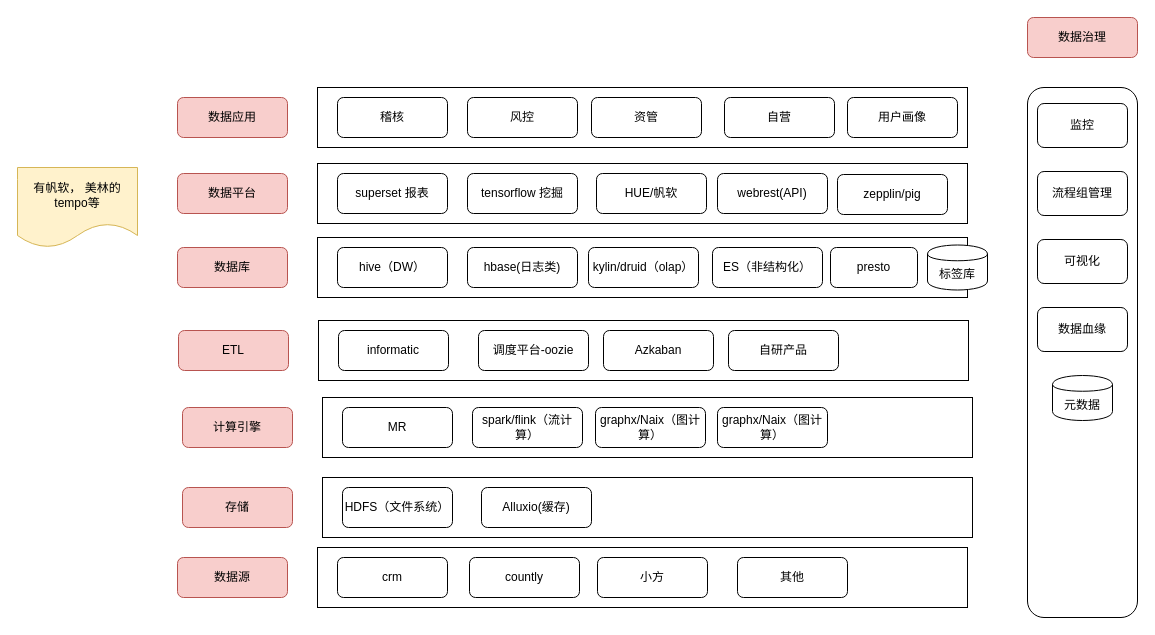
yjplxq/yjplxq keeps this draw.io diagram as page "Page-3" (3 of 3) of Untitled Diagram.drawio. Above is the earlier version. Source tidied: cells renumbered, new cells numbered last; positions are measured from the earlier drawing's top-left corner, leaving out a move shared by most shapes. Both pictures are drawn from the tidied source at 100%, with x=0, y=0 at pixel (17, 17).
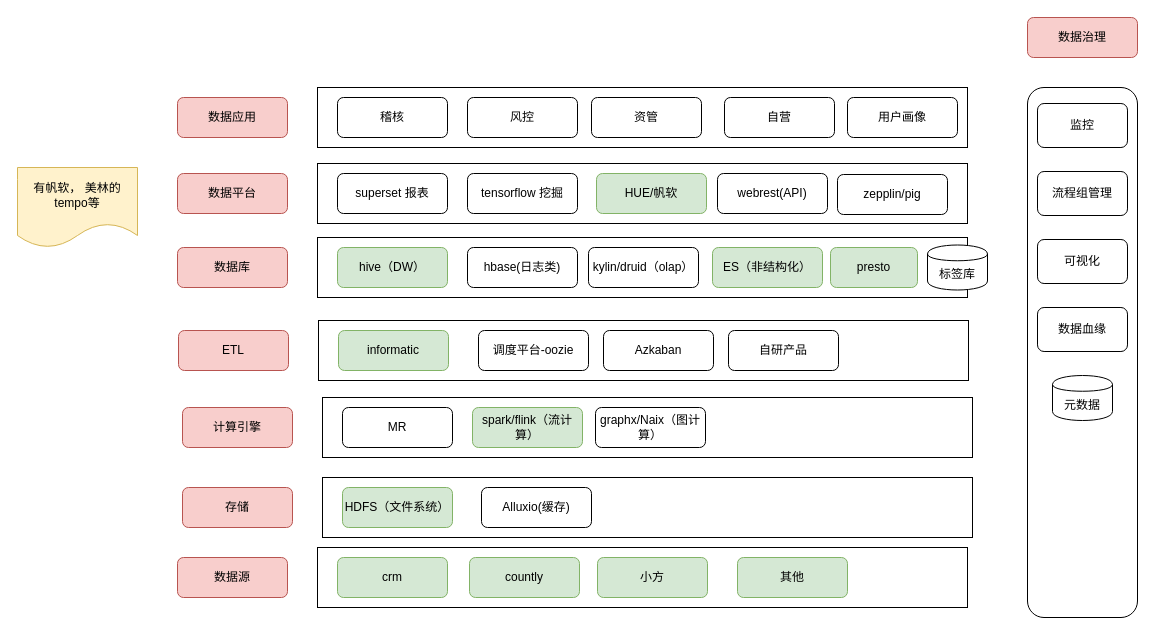
After the change.

Diff of the diagram source:
```diff
@@
-    <mxCell id="16" value="HUE/帆软" style="rounded=1;whiteSpace=wrap;html=1;align=center;" parent="1" vertex="1">
+    <mxCell id="16" value="HUE/帆软" style="rounded=1;whiteSpace=wrap;html=1;align=center;fillColor=#d5e8d4;strokeColor=#82b366;" parent="1" vertex="1">
       <mxGeometry x="579" y="156" width="110" height="40" as="geometry" />
     </mxCell>
@@
-    <mxCell id="20" value="crm" style="rounded=1;whiteSpace=wrap;html=1;align=center;" parent="1" vertex="1">
+    <mxCell id="20" value="crm" style="rounded=1;whiteSpace=wrap;html=1;align=center;fillColor=#d5e8d4;strokeColor=#82b366;" parent="1" vertex="1">
       <mxGeometry x="320" y="540" width="110" height="40" as="geometry" />
     </mxCell>
@@
-    <mxCell id="22" value="HDFS（文件系统）" style="rounded=1;whiteSpace=wrap;html=1;align=center;" parent="1" vertex="1">
+    <mxCell id="22" value="HDFS（文件系统）" style="rounded=1;whiteSpace=wrap;html=1;align=center;fillColor=#d5e8d4;strokeColor=#82b366;" parent="1" vertex="1">
       <mxGeometry x="325" y="470" width="110" height="40" as="geometry" />
     </mxCell>
@@
-    <mxCell id="24" value="spark/flink（流计算）" style="rounded=1;whiteSpace=wrap;html=1;align=center;" parent="1" vertex="1">
+    <mxCell id="24" value="spark/flink（流计算）" style="rounded=1;whiteSpace=wrap;html=1;align=center;fillColor=#d5e8d4;strokeColor=#82b366;" parent="1" vertex="1">
       <mxGeometry x="455" y="390" width="110" height="40" as="geometry" />
     </mxCell>
@@
-    <mxCell id="27" value="hive（DW）" style="rounded=1;whiteSpace=wrap;html=1;align=center;" parent="1" vertex="1">
+    <mxCell id="27" value="hive（DW）" style="rounded=1;whiteSpace=wrap;html=1;align=center;fillColor=#d5e8d4;strokeColor=#82b366;" parent="1" vertex="1">
       <mxGeometry x="320" y="230" width="110" height="40" as="geometry" />
     </mxCell>
@@
-    <mxCell id="30" value="ES（非结构化）" style="rounded=1;whiteSpace=wrap;html=1;align=center;" parent="1" vertex="1">
+    <mxCell id="30" value="ES（非结构化）" style="rounded=1;whiteSpace=wrap;html=1;align=center;fillColor=#d5e8d4;strokeColor=#82b366;" parent="1" vertex="1">
       <mxGeometry x="695" y="230" width="110" height="40" as="geometry" />
     </mxCell>
@@
-    <mxCell id="33" value="countly" style="rounded=1;whiteSpace=wrap;html=1;align=center;" parent="1" vertex="1">
+    <mxCell id="33" value="countly" style="rounded=1;whiteSpace=wrap;html=1;align=center;fillColor=#d5e8d4;strokeColor=#82b366;" parent="1" vertex="1">
       <mxGeometry x="452" y="540" width="110" height="40" as="geometry" />
     </mxCell>
-    <mxCell id="34" value="小方" style="rounded=1;whiteSpace=wrap;html=1;align=center;" parent="1" vertex="1">
+    <mxCell id="34" value="小方" style="rounded=1;whiteSpace=wrap;html=1;align=center;fillColor=#d5e8d4;strokeColor=#82b366;" parent="1" vertex="1">
       <mxGeometry x="580" y="540" width="110" height="40" as="geometry" />
     </mxCell>
@@
-    <mxCell id="41" value="其他" style="rounded=1;whiteSpace=wrap;html=1;align=center;" parent="1" vertex="1">
+    <mxCell id="41" value="其他" style="rounded=1;whiteSpace=wrap;html=1;align=center;fillColor=#d5e8d4;strokeColor=#82b366;" parent="1" vertex="1">
       <mxGeometry x="720" y="540" width="110" height="40" as="geometry" />
     </mxCell>
-    <mxCell id="42" value="presto" style="rounded=1;whiteSpace=wrap;html=1;align=center;" parent="1" vertex="1">
+    <mxCell id="42" value="presto" style="rounded=1;whiteSpace=wrap;html=1;align=center;fillColor=#d5e8d4;strokeColor=#82b366;" parent="1" vertex="1">
       <mxGeometry x="813" y="230" width="87" height="40" as="geometry" />
     </mxCell>
@@
-    <mxCell id="44" value="graphx/Naix（图计算）" style="rounded=1;whiteSpace=wrap;html=1;align=center;" parent="1" vertex="1">
-      <mxGeometry x="700" y="390" width="110" height="40" as="geometry" />
-    </mxCell>
@@
-    <mxCell id="47" value="informatic" style="rounded=1;whiteSpace=wrap;html=1;align=center;" parent="1" vertex="1">
+    <mxCell id="47" value="informatic" style="rounded=1;whiteSpace=wrap;html=1;align=center;fillColor=#d5e8d4;strokeColor=#82b366;" parent="1" vertex="1">
       <mxGeometry x="321" y="313" width="110" height="40" as="geometry" />
     </mxCell>
```
